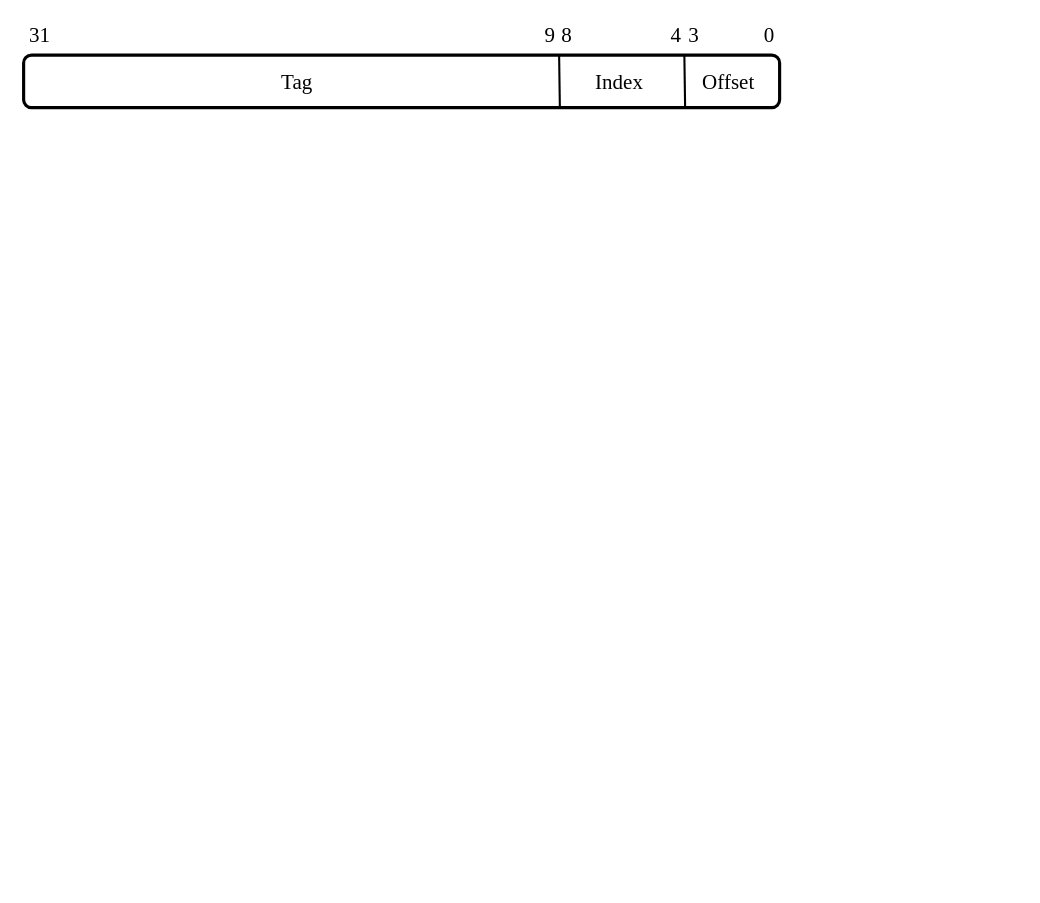
Before: page "Cache" (3 of 3) of cpu.drawio in miaochenlu/Draw, a draw.io diagram. Source tidied: cells renumbered, new cells numbered last; positions are measured from the earlier drawing's top-left corner, leaving out a move shared by most shapes. Both pictures are drawn from the tidied source at 105%, with x=0, y=0 at pixel (18, 18).
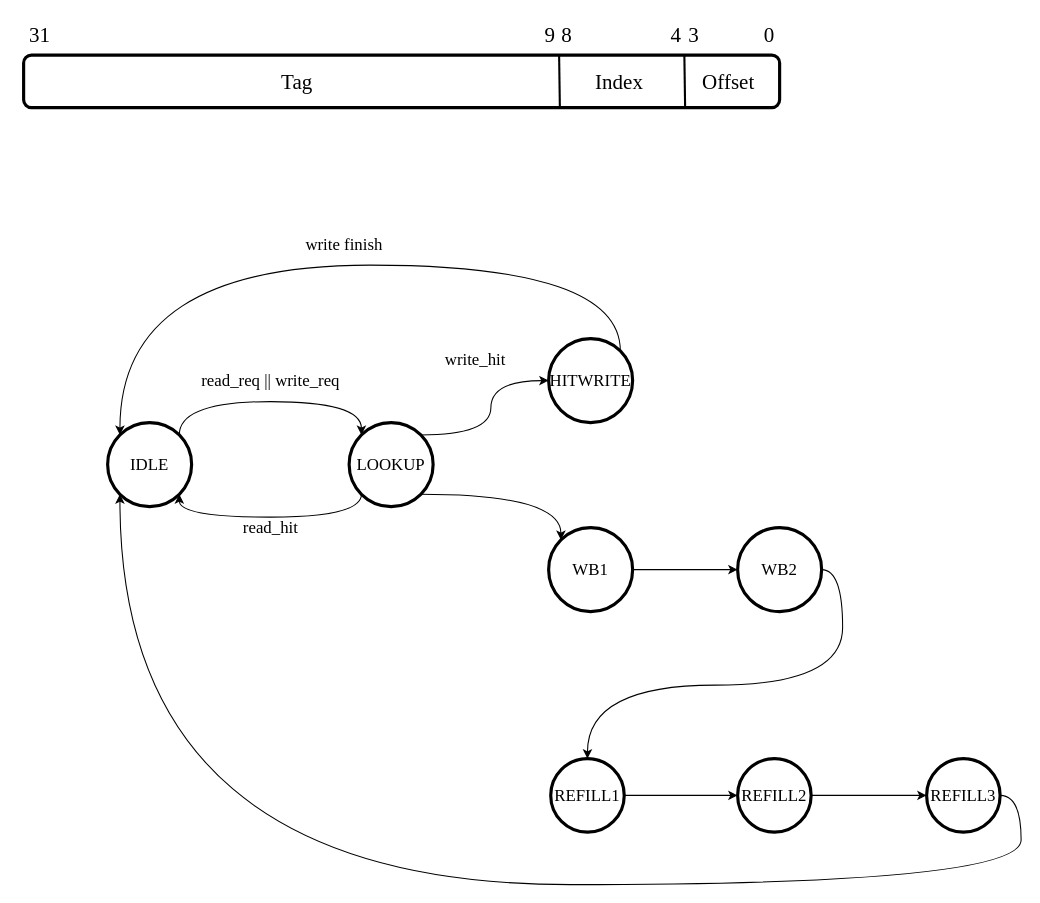
After the change.

Diff of the diagram source:
```diff
@@
+    <mxCell id="14" style="edgeStyle=orthogonalEdgeStyle;jettySize=auto;html=1;exitX=1;exitY=0;exitDx=0;exitDy=0;entryX=0;entryY=0;entryDx=0;entryDy=0;fontFamily=Times New Roman;fontSize=16;fontColor=default;curved=1;" parent="1" edge="1" source="15" target="19">
+      <mxGeometry relative="1" as="geometry">
+        <Array as="points">
+          <mxPoint x="153" y="365" />
+          <mxPoint x="327" y="365" />
+        </Array>
+      </mxGeometry>
+    </mxCell>
+    <mxCell id="15" value="IDLE" style="ellipse;whiteSpace=wrap;html=1;fontFamily=Times New Roman;fontSize=16;strokeWidth=3;" parent="1" vertex="1">
+      <mxGeometry x="85" y="385" width="80" height="80" as="geometry" />
+    </mxCell>
+    <mxCell id="16" style="edgeStyle=orthogonalEdgeStyle;curved=1;jettySize=auto;html=1;exitX=0;exitY=1;exitDx=0;exitDy=0;entryX=1;entryY=1;entryDx=0;entryDy=0;fontFamily=Times New Roman;fontSize=16;fontColor=default;" parent="1" edge="1" source="19" target="15">
+      <mxGeometry relative="1" as="geometry">
+        <Array as="points">
+          <mxPoint x="327" y="475" />
+          <mxPoint x="153" y="475" />
+        </Array>
+      </mxGeometry>
+    </mxCell>
+    <mxCell id="17" style="edgeStyle=orthogonalEdgeStyle;curved=1;jettySize=auto;html=1;exitX=1;exitY=0;exitDx=0;exitDy=0;fontFamily=Times New Roman;fontSize=16;fontColor=default;" parent="1" edge="1" source="19" target="21">
+      <mxGeometry relative="1" as="geometry" />
+    </mxCell>
+    <mxCell id="18" style="edgeStyle=orthogonalEdgeStyle;curved=1;jettySize=auto;html=1;exitX=1;exitY=1;exitDx=0;exitDy=0;entryX=0;entryY=0;entryDx=0;entryDy=0;fontFamily=Times New Roman;fontSize=16;fontColor=default;" parent="1" edge="1" source="19" target="27">
+      <mxGeometry relative="1" as="geometry" />
+    </mxCell>
+    <mxCell id="19" value="LOOKUP" style="ellipse;whiteSpace=wrap;html=1;fontFamily=Times New Roman;fontSize=16;strokeWidth=3;" parent="1" vertex="1">
+      <mxGeometry x="315" y="385" width="80" height="80" as="geometry" />
+    </mxCell>
+    <mxCell id="20" style="edgeStyle=orthogonalEdgeStyle;curved=1;jettySize=auto;html=1;exitX=1;exitY=0;exitDx=0;exitDy=0;entryX=0;entryY=0;entryDx=0;entryDy=0;fontFamily=Times New Roman;fontSize=16;fontColor=default;" parent="1" edge="1" source="21" target="15">
+      <mxGeometry relative="1" as="geometry">
+        <Array as="points">
+          <mxPoint x="573" y="235" />
+          <mxPoint x="97" y="235" />
+        </Array>
+      </mxGeometry>
+    </mxCell>
+    <mxCell id="21" value="HITWRITE" style="ellipse;whiteSpace=wrap;html=1;fontFamily=Times New Roman;fontSize=16;strokeWidth=3;" parent="1" vertex="1">
+      <mxGeometry x="505" y="305" width="80" height="80" as="geometry" />
+    </mxCell>
+    <mxCell id="22" value="read_req || write_req" style="text;html=1;align=center;verticalAlign=middle;strokeColor=none;fillColor=none;fontSize=16;fontFamily=Times New Roman;fontColor=default;" parent="1" vertex="1">
+      <mxGeometry x="165" y="335" width="150" height="20" as="geometry" />
+    </mxCell>
+    <mxCell id="23" value="read_hit" style="text;html=1;align=center;verticalAlign=middle;strokeColor=none;fillColor=none;fontSize=16;fontFamily=Times New Roman;fontColor=default;" parent="1" vertex="1">
+      <mxGeometry x="205" y="475" width="70" height="20" as="geometry" />
+    </mxCell>
+    <mxCell id="24" value="write_hit" style="text;html=1;align=center;verticalAlign=middle;strokeColor=none;fillColor=none;fontSize=16;fontFamily=Times New Roman;fontColor=default;" parent="1" vertex="1">
+      <mxGeometry x="400" y="315" width="70" height="20" as="geometry" />
+    </mxCell>
+    <mxCell id="25" value="write finish" style="text;html=1;align=center;verticalAlign=middle;strokeColor=none;fillColor=none;fontSize=16;fontFamily=Times New Roman;fontColor=default;" parent="1" vertex="1">
+      <mxGeometry x="265" y="205" width="90" height="20" as="geometry" />
+    </mxCell>
+    <mxCell id="26" style="edgeStyle=orthogonalEdgeStyle;curved=1;jettySize=auto;html=1;exitX=1;exitY=0.5;exitDx=0;exitDy=0;fontFamily=Times New Roman;fontSize=16;fontColor=default;" parent="1" edge="1" source="27" target="31">
+      <mxGeometry relative="1" as="geometry" />
+    </mxCell>
+    <mxCell id="27" value="WB1" style="ellipse;whiteSpace=wrap;html=1;fontFamily=Times New Roman;fontSize=16;strokeWidth=3;" parent="1" vertex="1">
+      <mxGeometry x="505" y="485" width="80" height="80" as="geometry" />
+    </mxCell>
+    <mxCell id="28" style="edgeStyle=orthogonalEdgeStyle;curved=1;jettySize=auto;html=1;exitX=1;exitY=0.5;exitDx=0;exitDy=0;fontFamily=Times New Roman;fontSize=16;fontColor=default;" parent="1" edge="1" source="29" target="33">
+      <mxGeometry relative="1" as="geometry" />
+    </mxCell>
+    <mxCell id="29" value="REFILL1" style="ellipse;whiteSpace=wrap;html=1;fontFamily=Times New Roman;fontSize=16;strokeWidth=3;" parent="1" vertex="1">
+      <mxGeometry x="507" y="705" width="70" height="70" as="geometry" />
+    </mxCell>
+    <mxCell id="30" style="edgeStyle=orthogonalEdgeStyle;curved=1;jettySize=auto;html=1;exitX=1;exitY=0.5;exitDx=0;exitDy=0;fontFamily=Times New Roman;fontSize=16;fontColor=default;" parent="1" edge="1" source="31" target="29">
+      <mxGeometry relative="1" as="geometry" />
+    </mxCell>
+    <mxCell id="31" value="WB2" style="ellipse;whiteSpace=wrap;html=1;fontFamily=Times New Roman;fontSize=16;strokeWidth=3;" parent="1" vertex="1">
+      <mxGeometry x="685" y="485" width="80" height="80" as="geometry" />
+    </mxCell>
+    <mxCell id="32" style="edgeStyle=orthogonalEdgeStyle;curved=1;jettySize=auto;html=1;exitX=1;exitY=0.5;exitDx=0;exitDy=0;entryX=0;entryY=0.5;entryDx=0;entryDy=0;fontFamily=Times New Roman;fontSize=16;fontColor=default;" parent="1" edge="1" source="33" target="35">
+      <mxGeometry relative="1" as="geometry" />
+    </mxCell>
+    <mxCell id="33" value="REFILL2" style="ellipse;whiteSpace=wrap;html=1;fontFamily=Times New Roman;fontSize=16;strokeWidth=3;" parent="1" vertex="1">
+      <mxGeometry x="685" y="705" width="70" height="70" as="geometry" />
+    </mxCell>
+    <mxCell id="34" style="edgeStyle=orthogonalEdgeStyle;curved=1;jettySize=auto;html=1;exitX=1;exitY=0.5;exitDx=0;exitDy=0;entryX=0;entryY=1;entryDx=0;entryDy=0;fontFamily=Times New Roman;fontSize=16;fontColor=default;" parent="1" edge="1" source="35" target="15">
+      <mxGeometry relative="1" as="geometry">
+        <Array as="points">
+          <mxPoint x="955" y="740" />
+          <mxPoint x="955" y="825" />
+          <mxPoint x="97" y="825" />
+        </Array>
+      </mxGeometry>
+    </mxCell>
+    <mxCell id="35" value="REFILL3" style="ellipse;whiteSpace=wrap;html=1;fontFamily=Times New Roman;fontSize=16;strokeWidth=3;" parent="1" vertex="1">
+      <mxGeometry x="865" y="705" width="70" height="70" as="geometry" />
+    </mxCell>
```
